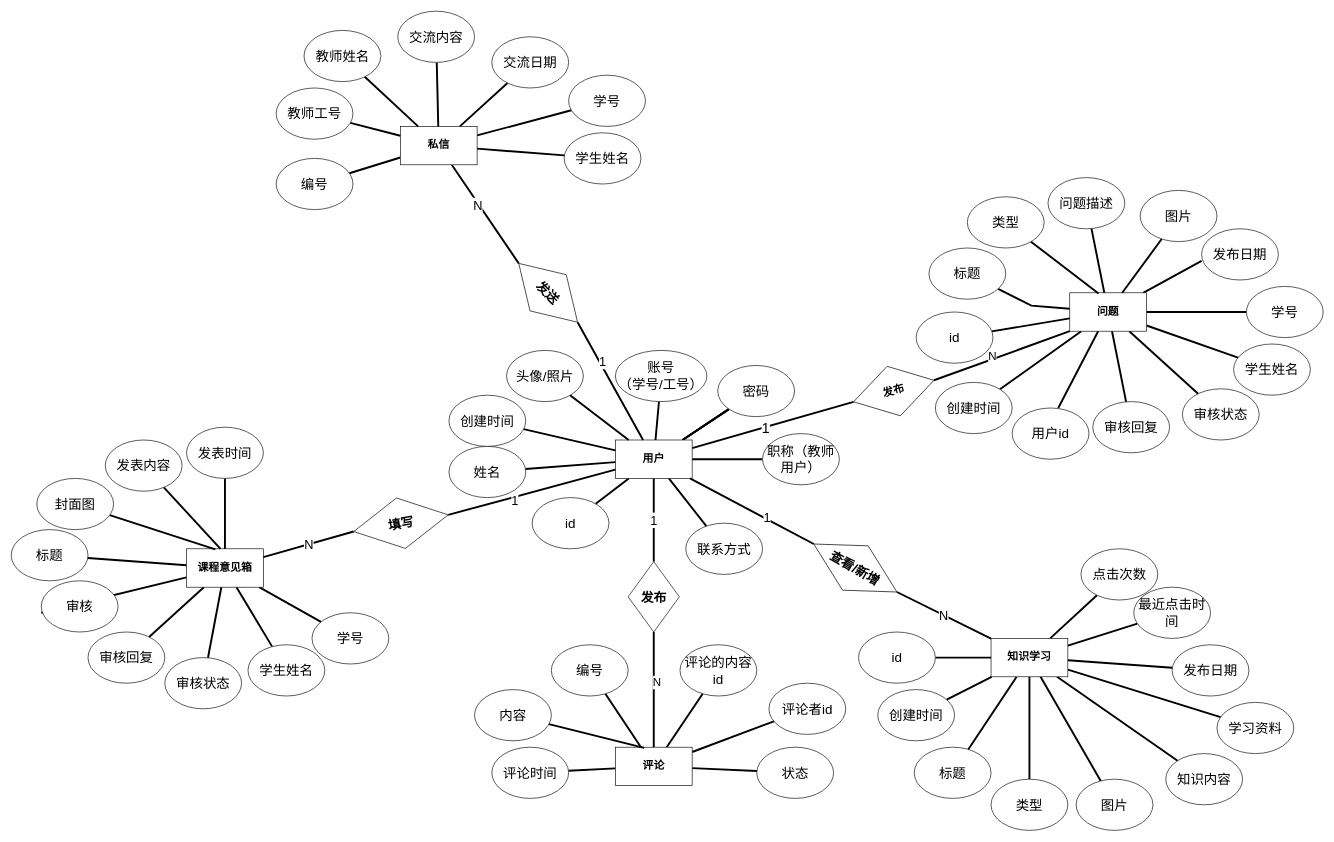
This is page "第 1 页" (1 of 5) of E-R模型图.drawio from ov0-0vo/1, a draw.io file, before an edit. Source tidied: cells renumbered, new cells numbered last; positions are measured from the earlier drawing's top-left corner, leaving out a move shared by most shapes. Both pictures are drawn from the tidied source at 64%, with x=0, y=0 at pixel (11, 11).
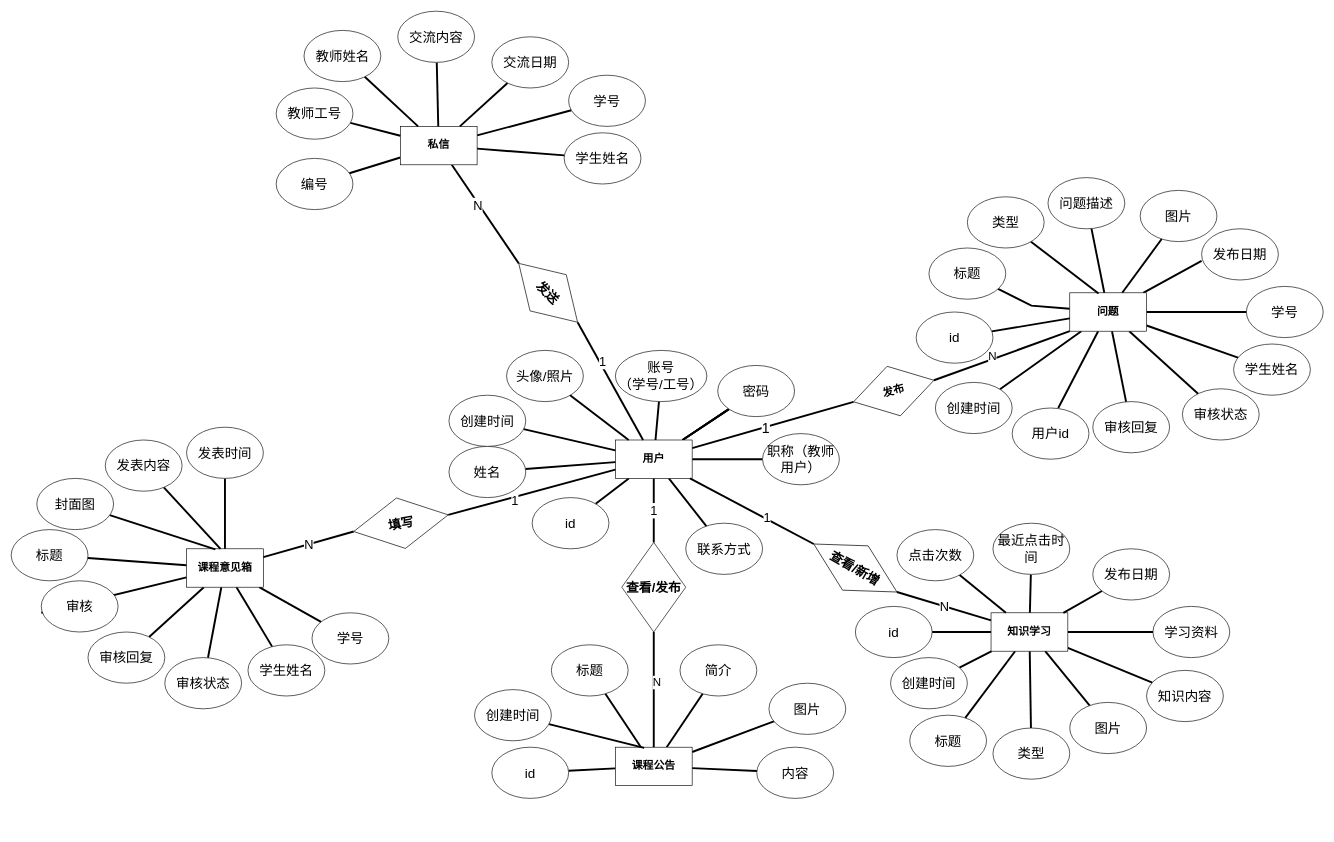
The same page after the edit.

Commit message:
更新E-R模型图.drawio

Diff of the diagram source:
```diff
@@
-    <mxCell id="90" value="发布" style="rhombus;whiteSpace=wrap;html=1;fontFamily=Helvetica;fontSize=20;fontColor=default;fontStyle=1;" parent="1" vertex="1">
-      <mxGeometry x="964" y="860" width="80" height="110" as="geometry" />
+    <mxCell id="90" value="查看/发布" style="rhombus;whiteSpace=wrap;html=1;fontFamily=Helvetica;fontSize=20;fontColor=default;fontStyle=1;" parent="1" vertex="1">
+      <mxGeometry x="954" y="830" width="100" height="140" as="geometry" />
     </mxCell>
@@
-    <mxCell id="96" value="评论" style="rounded=0;whiteSpace=wrap;html=1;fontFamily=Times New Roman;fontStyle=1;fontSize=17;" parent="1" vertex="1">
+    <mxCell id="96" value="课程公告" style="rounded=0;whiteSpace=wrap;html=1;fontFamily=Times New Roman;fontStyle=1;fontSize=17;" parent="1" vertex="1">
       <mxGeometry x="944" y="1150" width="120" height="60" as="geometry" />
     </mxCell>
-    <mxCell id="97" value="编号" style="ellipse;whiteSpace=wrap;html=1;fontSize=21;" parent="1" vertex="1">
+    <mxCell id="97" value="标题" style="ellipse;whiteSpace=wrap;html=1;fontSize=21;" parent="1" vertex="1">
       <mxGeometry x="844" y="990" width="120" height="80" as="geometry" />
     </mxCell>
@@
-    <mxCell id="99" value="内容" style="ellipse;whiteSpace=wrap;html=1;fontSize=21;" parent="1" vertex="1">
+    <mxCell id="99" value="创建时间" style="ellipse;whiteSpace=wrap;html=1;fontSize=21;" parent="1" vertex="1">
       <mxGeometry x="724" y="1060" width="120" height="80" as="geometry" />
     </mxCell>
-    <mxCell id="100" value="评论的内容id" style="ellipse;whiteSpace=wrap;html=1;fontSize=21;" parent="1" vertex="1">
+    <mxCell id="100" value="简介" style="ellipse;whiteSpace=wrap;html=1;fontSize=21;" parent="1" vertex="1">
       <mxGeometry x="1045" y="990" width="120" height="80" as="geometry" />
     </mxCell>
-    <mxCell id="101" value="评论者id" style="ellipse;whiteSpace=wrap;html=1;fontSize=21;" parent="1" vertex="1">
+    <mxCell id="101" value="图片" style="ellipse;whiteSpace=wrap;html=1;fontSize=21;" parent="1" vertex="1">
       <mxGeometry x="1184" y="1050" width="120" height="80" as="geometry" />
     </mxCell>
-    <mxCell id="102" value="状态" style="ellipse;whiteSpace=wrap;html=1;fontSize=21;" parent="1" vertex="1">
+    <mxCell id="102" value="内容" style="ellipse;whiteSpace=wrap;html=1;fontSize=21;" parent="1" vertex="1">
       <mxGeometry x="1165" y="1150" width="120" height="80" as="geometry" />
     </mxCell>
-    <mxCell id="103" value="评论时间" style="ellipse;whiteSpace=wrap;html=1;fontSize=21;" parent="1" vertex="1">
+    <mxCell id="103" value="id" style="ellipse;whiteSpace=wrap;html=1;fontSize=21;" parent="1" vertex="1">
       <mxGeometry x="751" y="1150" width="120" height="80" as="geometry" />
     </mxCell>
@@
     <mxCell id="117" value="知识学习" style="rounded=0;whiteSpace=wrap;html=1;fontFamily=Times New Roman;fontStyle=1;fontSize=17;" parent="1" vertex="1">
-      <mxGeometry x="1531" y="980" width="120" height="60" as="geometry" />
+      <mxGeometry x="1531" y="940" width="120" height="60" as="geometry" />
     </mxCell>
     <mxCell id="118" value="学习资料" style="ellipse;whiteSpace=wrap;html=1;fontSize=21;" parent="1" vertex="1">
-      <mxGeometry x="1884" y="1080" width="120" height="80" as="geometry" />
+      <mxGeometry x="1784" y="930" width="120" height="80" as="geometry" />
     </mxCell>
@@
     <mxCell id="120" value="id" style="ellipse;whiteSpace=wrap;html=1;fontSize=21;" parent="1" vertex="1">
-      <mxGeometry x="1324" y="970" width="120" height="80" as="geometry" />
+      <mxGeometry x="1319" y="930" width="120" height="80" as="geometry" />
     </mxCell>
@@
     <mxCell id="122" value="发布日期" style="ellipse;whiteSpace=wrap;html=1;fontSize=21;" parent="1" vertex="1">
-      <mxGeometry x="1814" y="990" width="120" height="80" as="geometry" />
+      <mxGeometry x="1690" y="840" width="120" height="80" as="geometry" />
     </mxCell>
@@
     <mxCell id="124" value="最近点击时间" style="ellipse;whiteSpace=wrap;html=1;fontSize=21;" parent="1" vertex="1">
-      <mxGeometry x="1754" y="900" width="120" height="80" as="geometry" />
+      <mxGeometry x="1534" y="800" width="120" height="80" as="geometry" />
     </mxCell>
     <mxCell id="125" value="图片" style="ellipse;whiteSpace=wrap;html=1;fontSize=21;" parent="1" vertex="1">
-      <mxGeometry x="1664" y="1200" width="120" height="80" as="geometry" />
+      <mxGeometry x="1654" y="1080" width="120" height="80" as="geometry" />
     </mxCell>
     <mxCell id="126" value="知识内容" style="ellipse;whiteSpace=wrap;html=1;fontSize=21;" parent="1" vertex="1">
-      <mxGeometry x="1804" y="1160" width="120" height="80" as="geometry" />
+      <mxGeometry x="1774" y="1030" width="120" height="80" as="geometry" />
     </mxCell>
     <mxCell id="127" value="类型" style="ellipse;whiteSpace=wrap;html=1;fontSize=21;" parent="1" vertex="1">
-      <mxGeometry x="1531" y="1200" width="120" height="80" as="geometry" />
+      <mxGeometry x="1534" y="1120" width="120" height="80" as="geometry" />
     </mxCell>
     <mxCell id="128" value="标题" style="ellipse;whiteSpace=wrap;html=1;fontSize=21;" parent="1" vertex="1">
-      <mxGeometry x="1411" y="1150" width="120" height="80" as="geometry" />
+      <mxGeometry x="1404" y="1100" width="120" height="80" as="geometry" />
     </mxCell>
     <mxCell id="129" value="创建时间" style="ellipse;whiteSpace=wrap;html=1;fontSize=21;" parent="1" vertex="1">
-      <mxGeometry x="1354" y="1060" width="120" height="80" as="geometry" />
+      <mxGeometry x="1374" y="1010" width="120" height="80" as="geometry" />
     </mxCell>
@@
     <mxCell id="135" value="点击次数" style="ellipse;whiteSpace=wrap;html=1;fontSize=21;" parent="1" vertex="1">
-      <mxGeometry x="1671.5" y="840" width="120" height="80" as="geometry" />
+      <mxGeometry x="1384" y="810" width="120" height="80" as="geometry" />
     </mxCell>
```
